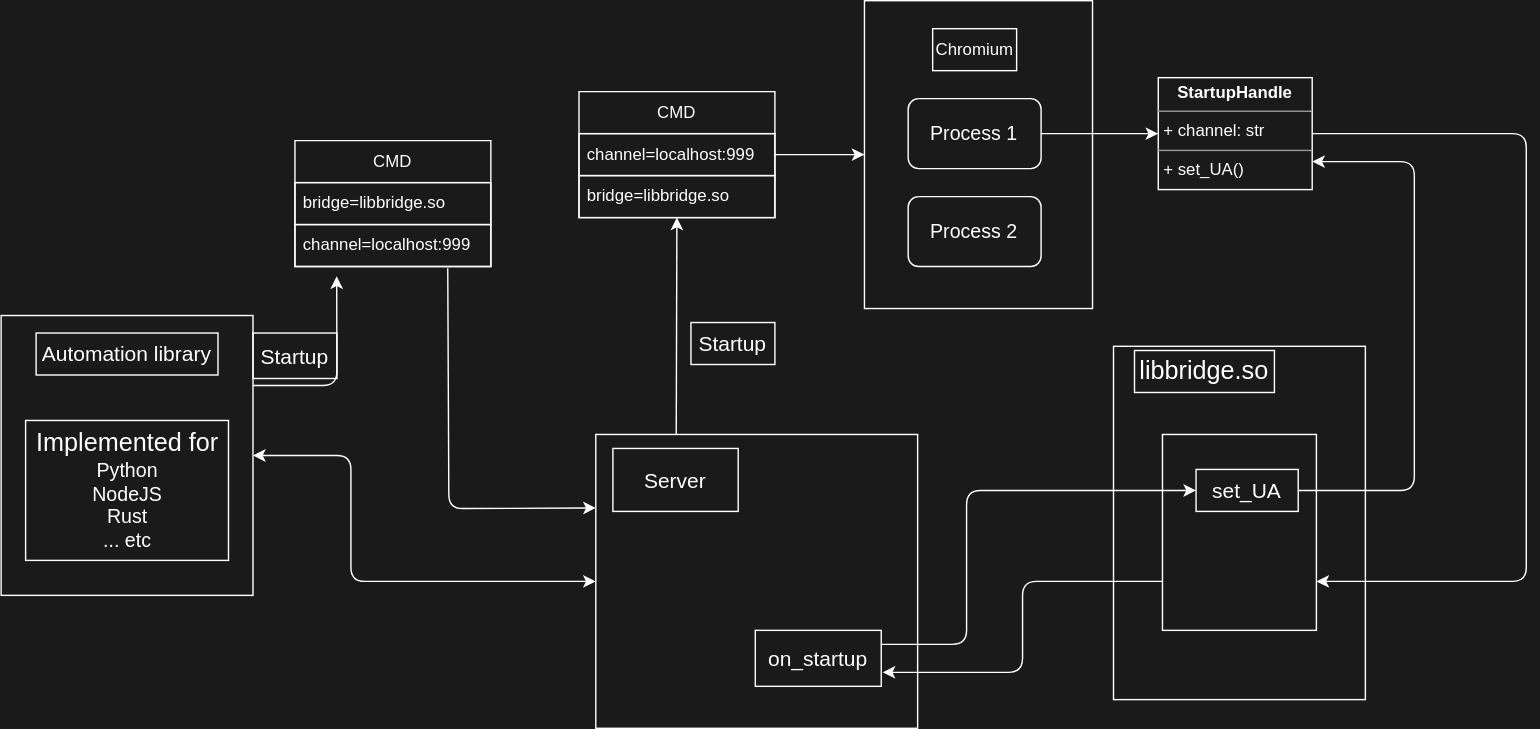
This is chrx/bridge.drawio.svg from chrxer/chrx-design, a draw.io export, as it was before one commit. Source tidied: cells renumbered, new cells last; positions are measured from the earlier drawing's top-left corner, leaving out a move shared by most shapes.
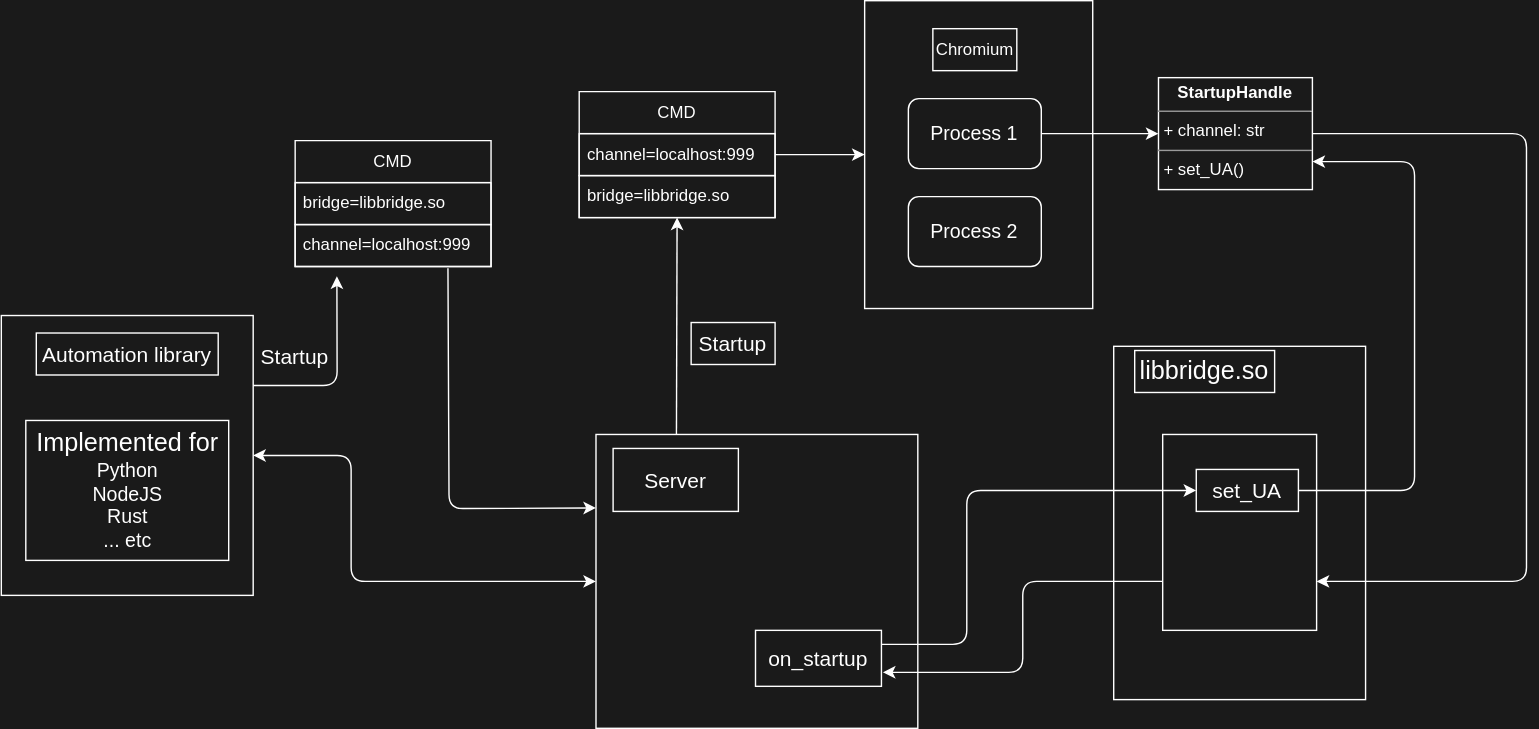
Above is the later version.

What changed in the source:
```diff
@@ -114,7 +114,7 @@
     <mxCell id="30" value="set_UA" style="rounded=0;whiteSpace=wrap;html=1;fontSize=15;fillColor=none;strokeColor=#FFFFFF;fontColor=#FFFFFF;" parent="1" vertex="1">
       <mxGeometry x="854" y="335" width="73" height="30" as="geometry" />
     </mxCell>
-    <mxCell id="31" value="Startup" style="text;html=1;strokeColor=#FFFFFF;fillColor=none;align=center;verticalAlign=middle;whiteSpace=wrap;rounded=0;fontSize=15;fontColor=#FFFFFF;" parent="1" vertex="1">
+    <mxCell id="31" value="Startup" style="text;html=1;strokeColor=none;fillColor=none;align=center;verticalAlign=middle;whiteSpace=wrap;rounded=0;fontSize=15;fontColor=#FFFFFF;" parent="1" vertex="1">
       <mxGeometry x="180" y="237.5" width="60" height="32.5" as="geometry" />
     </mxCell>
     <mxCell id="32" style="endArrow=classic;startArrow=classic;html=1;fontSize=15;exitX=1;exitY=0.5;exitDx=0;exitDy=0;entryX=0;entryY=0.5;entryDx=0;entryDy=0;strokeColor=#FFFFFF;fontColor=#FFFFFF;" parent="1" edge="1" source="27" target="20">
```
